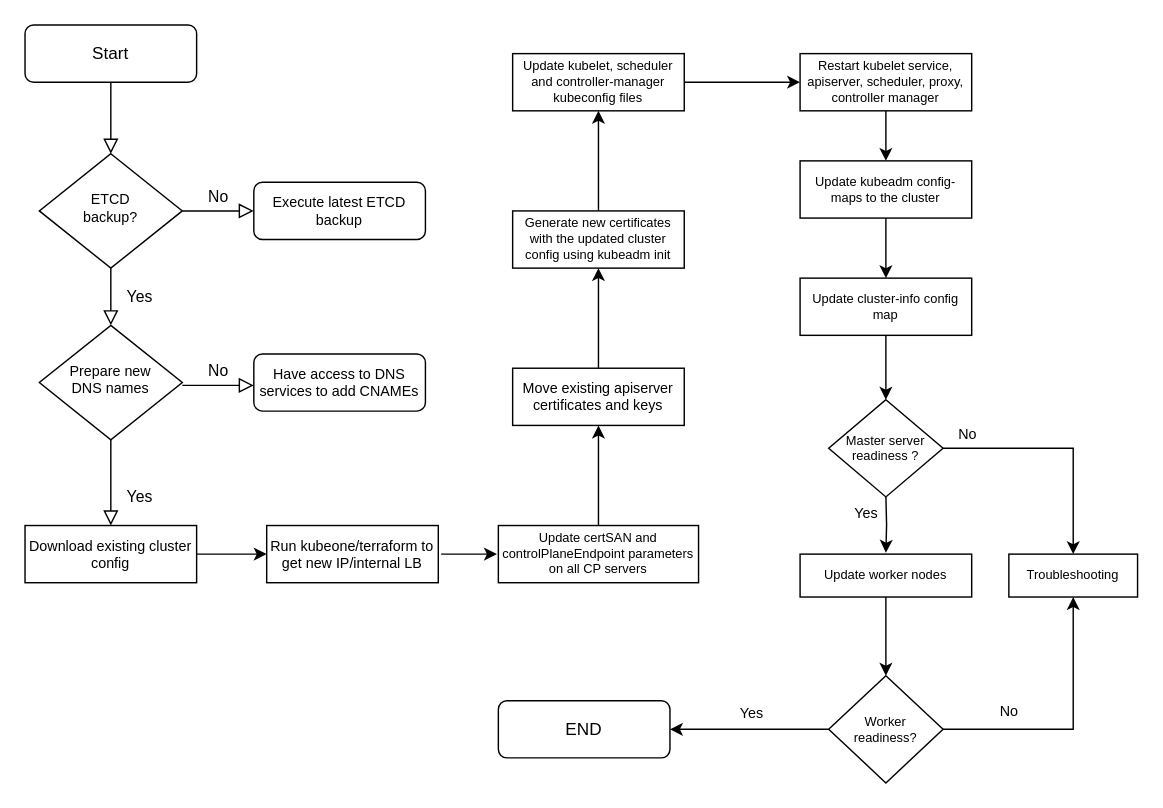
Earlier version of the draw.io diagram Untitled Diagram.drawio (jacmathew/jacmathew). Source tidied: cells renumbered, new cells numbered last; positions are measured from the earlier drawing's top-left corner, leaving out a move shared by most shapes. Both pictures are drawn from the tidied source at 143%, with x=0, y=0 at pixel (24, 24).
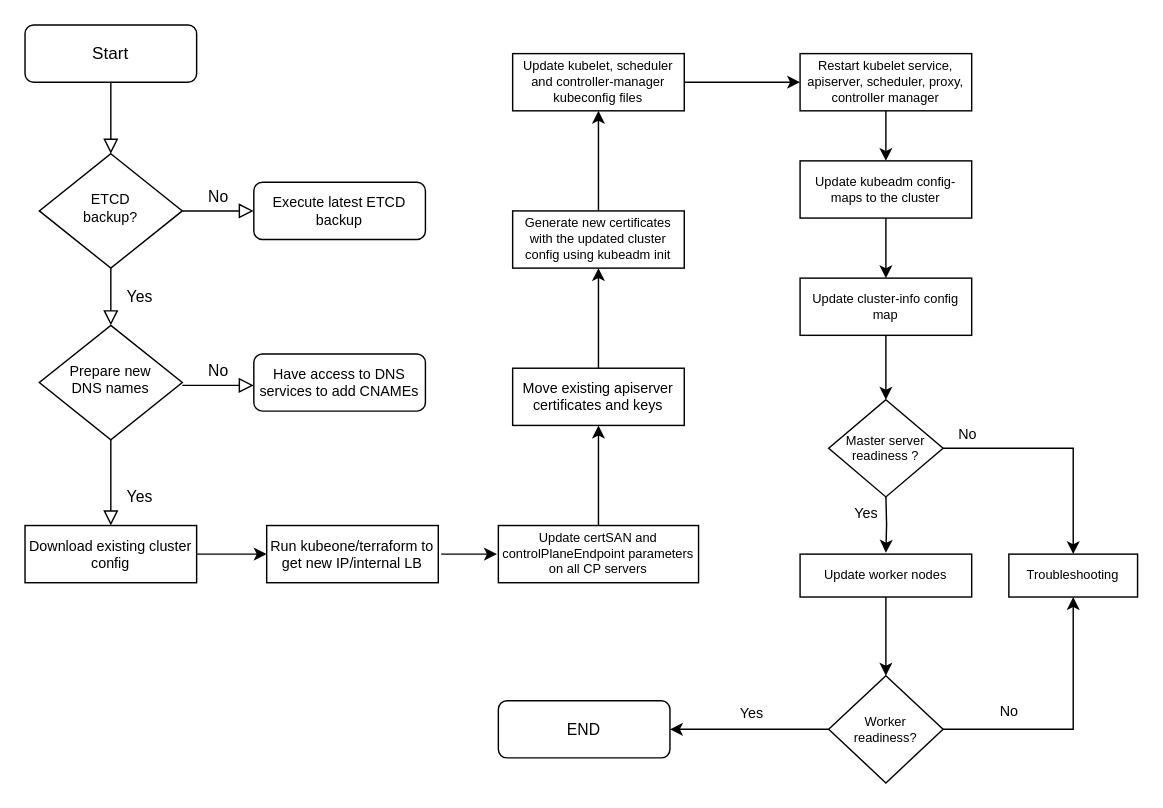
The same diagram, later.

The edit, as a diff of the source:
```diff
@@
-    <mxCell id="40" value="END" style="rounded=1;whiteSpace=wrap;html=1;fontSize=12;glass=0;strokeWidth=1;shadow=0;" parent="1" vertex="1">
+    <mxCell id="40" value="END" style="rounded=1;whiteSpace=wrap;html=1;fontSize=11;glass=0;strokeWidth=1;shadow=0;" parent="1" vertex="1">
       <mxGeometry x="331" y="472.5" width="120" height="40" as="geometry" />
     </mxCell>
```
